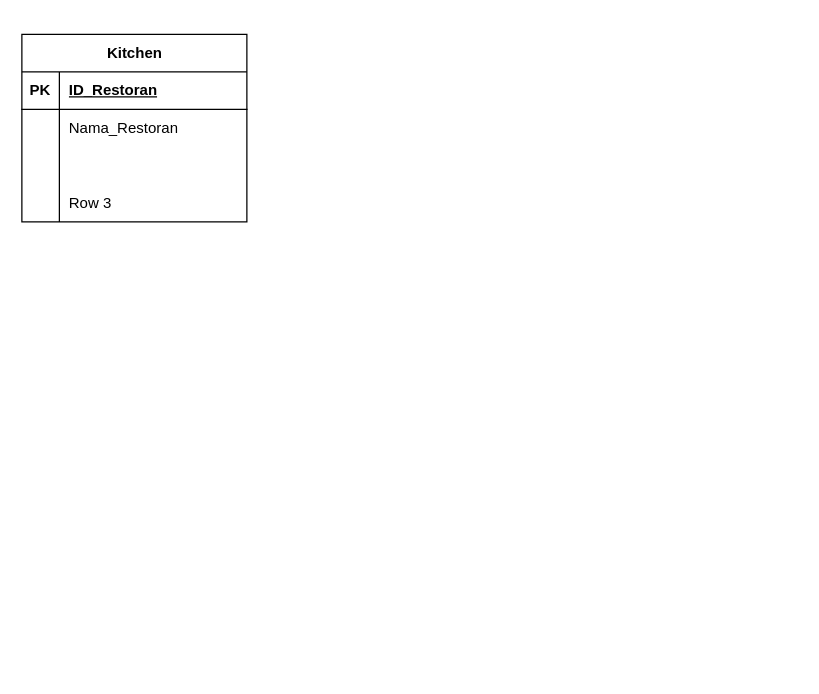
Before: sistem-kitchen-set-interior.drawio in King-Ag-Jv/Project-Atrem, a draw.io diagram. Source tidied: cells renumbered, new cells numbered last; positions are measured from the earlier drawing's top-left corner, leaving out a move shared by most shapes. Both pictures are drawn from the tidied source at 125%, with x=0, y=0 at pixel (21, 34).
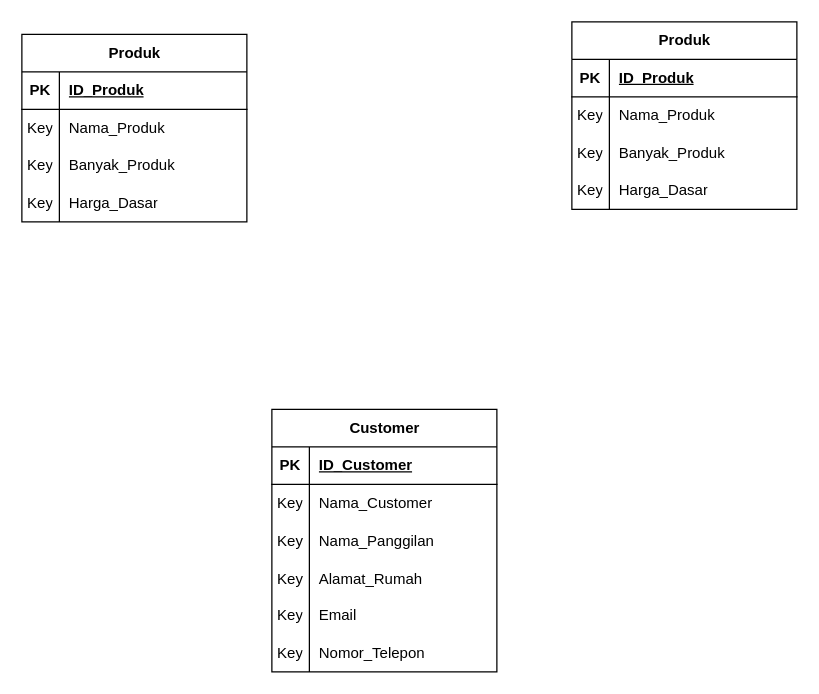
After the change.

The change refers to these unchanged cells:
```xml
<mxCell id="3" style="shape=tableRow;horizontal=0;startSize=0;swimlaneHead=0;swimlaneBody=0;fillColor=none;top=0;left=0;right=0;bottom=1;" parent="2" vertex="1">
  <mxGeometry y="30" width="180" height="30" as="geometry" />
</mxCell>
<mxCell id="6" style="shape=tableRow;horizontal=0;startSize=0;swimlaneHead=0;swimlaneBody=0;fillColor=none;top=0;left=0;right=0;bottom=0;" parent="2" vertex="1">
  <mxGeometry y="60" width="180" height="30" as="geometry" />
</mxCell>
<mxCell id="9" style="shape=tableRow;horizontal=0;startSize=0;swimlaneHead=0;swimlaneBody=0;fillColor=none;top=0;left=0;right=0;bottom=0;" parent="2" vertex="1">
  <mxGeometry y="90" width="180" height="30" as="geometry" />
</mxCell>
<mxCell id="12" style="shape=tableRow;horizontal=0;startSize=0;swimlaneHead=0;swimlaneBody=0;fillColor=none;top=0;left=0;right=0;bottom=0;" parent="2" vertex="1">
  <mxGeometry y="120" width="180" height="30" as="geometry" />
</mxCell>
```

The edit, as a diff of the source:
```diff
@@
-    <mxCell id="2" value="Kitchen" style="shape=table;startSize=30;childLayout=tableLayout;rowLines=0;fontStyle=1;align=center;html=1;" parent="1" vertex="1">
+    <mxCell id="2" value="Produk" style="shape=table;startSize=30;childLayout=tableLayout;rowLines=0;fontStyle=1;align=center;html=1;" parent="1" vertex="1">
       <mxGeometry width="180" height="150" as="geometry" />
     </mxCell>
@@
-    <mxCell id="5" value="ID_Restoran" style="shape=partialRectangle;fillColor=none;top=0;left=0;bottom=0;right=0;align=left;spacingLeft=6;fontStyle=5;overflow=hidden;whiteSpace=wrap;html=1;" parent="3" vertex="1">
+    <mxCell id="5" value="ID_Produk" style="shape=partialRectangle;fillColor=none;top=0;left=0;bottom=0;right=0;align=left;spacingLeft=6;fontStyle=5;overflow=hidden;whiteSpace=wrap;html=1;" parent="3" vertex="1">
       <mxGeometry x="30" width="150" height="30" as="geometry" />
     </mxCell>
@@
-    <mxCell id="7" style="shape=partialRectangle;fillColor=none;top=0;left=0;bottom=0;right=0;overflow=hidden;whiteSpace=wrap;html=1;" parent="6" vertex="1">
+    <mxCell id="7" value="Key" style="shape=partialRectangle;fillColor=none;top=0;left=0;bottom=0;right=0;overflow=hidden;whiteSpace=wrap;html=1;" parent="6" vertex="1">
       <mxGeometry width="30" height="30" as="geometry" />
     </mxCell>
-    <mxCell id="8" value="Nama_Restoran" style="shape=partialRectangle;fillColor=none;top=0;left=0;bottom=0;right=0;align=left;spacingLeft=6;overflow=hidden;whiteSpace=wrap;html=1;" parent="6" vertex="1">
+    <mxCell id="8" value="Nama_Produk" style="shape=partialRectangle;fillColor=none;top=0;left=0;bottom=0;right=0;align=left;spacingLeft=6;overflow=hidden;whiteSpace=wrap;html=1;" parent="6" vertex="1">
       <mxGeometry x="30" width="150" height="30" as="geometry" />
     </mxCell>
@@
-    <mxCell id="10" style="shape=partialRectangle;fillColor=none;top=0;left=0;bottom=0;right=0;overflow=hidden;whiteSpace=wrap;html=1;" parent="9" vertex="1">
+    <mxCell id="10" value="Key" style="shape=partialRectangle;fillColor=none;top=0;left=0;bottom=0;right=0;overflow=hidden;whiteSpace=wrap;html=1;" parent="9" vertex="1">
       <mxGeometry width="30" height="30" as="geometry" />
     </mxCell>
-    <mxCell id="11" style="shape=partialRectangle;fillColor=none;top=0;left=0;bottom=0;right=0;align=left;spacingLeft=6;overflow=hidden;whiteSpace=wrap;html=1;" parent="9" vertex="1">
+    <mxCell id="11" value="Banyak_Produk" style="shape=partialRectangle;fillColor=none;top=0;left=0;bottom=0;right=0;align=left;spacingLeft=6;overflow=hidden;whiteSpace=wrap;html=1;" parent="9" vertex="1">
       <mxGeometry x="30" width="150" height="30" as="geometry" />
     </mxCell>
@@
-    <mxCell id="13" style="shape=partialRectangle;fillColor=none;top=0;left=0;bottom=0;right=0;overflow=hidden;whiteSpace=wrap;html=1;" parent="12" vertex="1">
+    <mxCell id="13" value="Key" style="shape=partialRectangle;fillColor=none;top=0;left=0;bottom=0;right=0;overflow=hidden;whiteSpace=wrap;html=1;" parent="12" vertex="1">
       <mxGeometry width="30" height="30" as="geometry" />
     </mxCell>
-    <mxCell id="14" value="Row 3" style="shape=partialRectangle;fillColor=none;top=0;left=0;bottom=0;right=0;align=left;spacingLeft=6;overflow=hidden;whiteSpace=wrap;html=1;" parent="12" vertex="1">
+    <mxCell id="14" value="Harga_Dasar" style="shape=partialRectangle;fillColor=none;top=0;left=0;bottom=0;right=0;align=left;spacingLeft=6;overflow=hidden;whiteSpace=wrap;html=1;" parent="12" vertex="1">
       <mxGeometry x="30" width="150" height="30" as="geometry" />
     </mxCell>
+    <mxCell id="15" value="Customer" style="shape=table;startSize=30;childLayout=tableLayout;rowLines=0;fontStyle=1;align=center;html=1;" parent="1" vertex="1">
+      <mxGeometry x="200" y="300" width="180" height="210" as="geometry" />
+    </mxCell>
+    <mxCell id="16" style="shape=tableRow;horizontal=0;startSize=0;swimlaneHead=0;swimlaneBody=0;fillColor=none;top=0;left=0;right=0;bottom=1;" parent="15" vertex="1">
+      <mxGeometry y="30" width="180" height="30" as="geometry" />
+    </mxCell>
+    <mxCell id="17" value="PK" style="shape=partialRectangle;fillColor=none;top=0;left=0;bottom=0;right=0;fontStyle=1;overflow=hidden;whiteSpace=wrap;html=1;" parent="16" vertex="1">
+      <mxGeometry width="30" height="30" as="geometry" />
+    </mxCell>
+    <mxCell id="18" value="ID_Customer" style="shape=partialRectangle;fillColor=none;top=0;left=0;bottom=0;right=0;align=left;spacingLeft=6;fontStyle=5;overflow=hidden;whiteSpace=wrap;html=1;" parent="16" vertex="1">
+      <mxGeometry x="30" width="150" height="30" as="geometry" />
+    </mxCell>
+    <mxCell id="19" style="shape=tableRow;horizontal=0;startSize=0;swimlaneHead=0;swimlaneBody=0;fillColor=none;top=0;left=0;right=0;bottom=0;" parent="15" vertex="1">
+      <mxGeometry y="60" width="180" height="30" as="geometry" />
+    </mxCell>
+    <mxCell id="20" value="Key" style="shape=partialRectangle;fillColor=none;top=0;left=0;bottom=0;right=0;overflow=hidden;whiteSpace=wrap;html=1;" parent="19" vertex="1">
+      <mxGeometry width="30" height="30" as="geometry" />
+    </mxCell>
+    <mxCell id="21" value="Nama_Customer" style="shape=partialRectangle;fillColor=none;top=0;left=0;bottom=0;right=0;align=left;spacingLeft=6;overflow=hidden;whiteSpace=wrap;html=1;" parent="19" vertex="1">
+      <mxGeometry x="30" width="150" height="30" as="geometry" />
+    </mxCell>
+    <mxCell id="22" style="shape=tableRow;horizontal=0;startSize=0;swimlaneHead=0;swimlaneBody=0;fillColor=none;top=0;left=0;right=0;bottom=0;" parent="15" vertex="1">
+      <mxGeometry y="90" width="180" height="30" as="geometry" />
+    </mxCell>
+    <mxCell id="23" value="Key" style="shape=partialRectangle;fillColor=none;top=0;left=0;bottom=0;right=0;overflow=hidden;" parent="22" vertex="1">
+      <mxGeometry width="30" height="30" as="geometry" />
+    </mxCell>
+    <mxCell id="24" value="Nama_Panggilan" style="shape=partialRectangle;fillColor=none;top=0;left=0;bottom=0;right=0;align=left;spacingLeft=6;overflow=hidden;" parent="22" vertex="1">
+      <mxGeometry x="30" width="150" height="30" as="geometry" />
+    </mxCell>
+    <mxCell id="25" style="shape=tableRow;horizontal=0;startSize=0;swimlaneHead=0;swimlaneBody=0;fillColor=none;top=0;left=0;right=0;bottom=0;" parent="15" vertex="1">
+      <mxGeometry y="120" width="180" height="30" as="geometry" />
+    </mxCell>
+    <mxCell id="26" value="Key" style="shape=partialRectangle;fillColor=none;top=0;left=0;bottom=0;right=0;overflow=hidden;" parent="25" vertex="1">
+      <mxGeometry width="30" height="30" as="geometry" />
+    </mxCell>
+    <mxCell id="27" value="Alamat_Rumah" style="shape=partialRectangle;fillColor=none;top=0;left=0;bottom=0;right=0;align=left;spacingLeft=6;overflow=hidden;" parent="25" vertex="1">
+      <mxGeometry x="30" width="150" height="30" as="geometry" />
+    </mxCell>
+    <mxCell id="28" style="shape=tableRow;horizontal=0;startSize=0;swimlaneHead=0;swimlaneBody=0;fillColor=none;top=0;left=0;right=0;bottom=0;" parent="15" vertex="1">
+      <mxGeometry y="150" width="180" height="30" as="geometry" />
+    </mxCell>
+    <mxCell id="29" value="Key" style="shape=partialRectangle;fillColor=none;top=0;left=0;bottom=0;right=0;overflow=hidden;whiteSpace=wrap;html=1;" parent="28" vertex="1">
+      <mxGeometry width="30" height="30" as="geometry" />
+    </mxCell>
+    <mxCell id="30" value="Email" style="shape=partialRectangle;fillColor=none;top=0;left=0;bottom=0;right=0;align=left;spacingLeft=6;overflow=hidden;whiteSpace=wrap;html=1;" parent="28" vertex="1">
+      <mxGeometry x="30" width="150" height="30" as="geometry" />
+    </mxCell>
+    <mxCell id="31" style="shape=tableRow;horizontal=0;startSize=0;swimlaneHead=0;swimlaneBody=0;fillColor=none;top=0;left=0;right=0;bottom=0;" parent="15" vertex="1">
+      <mxGeometry y="180" width="180" height="30" as="geometry" />
+    </mxCell>
+    <mxCell id="32" value="Key" style="shape=partialRectangle;fillColor=none;top=0;left=0;bottom=0;right=0;overflow=hidden;whiteSpace=wrap;html=1;" parent="31" vertex="1">
+      <mxGeometry width="30" height="30" as="geometry" />
+    </mxCell>
+    <mxCell id="33" value="Nomor_Telepon" style="shape=partialRectangle;fillColor=none;top=0;left=0;bottom=0;right=0;align=left;spacingLeft=6;overflow=hidden;whiteSpace=wrap;html=1;" parent="31" vertex="1">
+      <mxGeometry x="30" width="150" height="30" as="geometry" />
+    </mxCell>
+    <mxCell id="34" value="Produk" style="shape=table;startSize=30;childLayout=tableLayout;rowLines=0;fontStyle=1;align=center;html=1;" parent="1" vertex="1">
+      <mxGeometry x="440" y="-10" width="180" height="150" as="geometry" />
+    </mxCell>
+    <mxCell id="35" style="shape=tableRow;horizontal=0;startSize=0;swimlaneHead=0;swimlaneBody=0;fillColor=none;top=0;left=0;right=0;bottom=1;" parent="34" vertex="1">
+      <mxGeometry y="30" width="180" height="30" as="geometry" />
+    </mxCell>
+    <mxCell id="36" value="PK" style="shape=partialRectangle;fillColor=none;top=0;left=0;bottom=0;right=0;fontStyle=1;overflow=hidden;whiteSpace=wrap;html=1;" parent="35" vertex="1">
+      <mxGeometry width="30" height="30" as="geometry" />
+    </mxCell>
+    <mxCell id="37" value="ID_Produk" style="shape=partialRectangle;fillColor=none;top=0;left=0;bottom=0;right=0;align=left;spacingLeft=6;fontStyle=5;overflow=hidden;whiteSpace=wrap;html=1;" parent="35" vertex="1">
+      <mxGeometry x="30" width="150" height="30" as="geometry" />
+    </mxCell>
+    <mxCell id="38" style="shape=tableRow;horizontal=0;startSize=0;swimlaneHead=0;swimlaneBody=0;fillColor=none;top=0;left=0;right=0;bottom=0;" parent="34" vertex="1">
+      <mxGeometry y="60" width="180" height="30" as="geometry" />
+    </mxCell>
+    <mxCell id="39" value="Key" style="shape=partialRectangle;fillColor=none;top=0;left=0;bottom=0;right=0;overflow=hidden;whiteSpace=wrap;html=1;" parent="38" vertex="1">
+      <mxGeometry width="30" height="30" as="geometry" />
+    </mxCell>
+    <mxCell id="40" value="Nama_Produk" style="shape=partialRectangle;fillColor=none;top=0;left=0;bottom=0;right=0;align=left;spacingLeft=6;overflow=hidden;whiteSpace=wrap;html=1;" parent="38" vertex="1">
+      <mxGeometry x="30" width="150" height="30" as="geometry" />
+    </mxCell>
+    <mxCell id="41" style="shape=tableRow;horizontal=0;startSize=0;swimlaneHead=0;swimlaneBody=0;fillColor=none;top=0;left=0;right=0;bottom=0;" parent="34" vertex="1">
+      <mxGeometry y="90" width="180" height="30" as="geometry" />
+    </mxCell>
+    <mxCell id="42" value="Key" style="shape=partialRectangle;fillColor=none;top=0;left=0;bottom=0;right=0;overflow=hidden;whiteSpace=wrap;html=1;" parent="41" vertex="1">
+      <mxGeometry width="30" height="30" as="geometry" />
+    </mxCell>
+    <mxCell id="43" value="Banyak_Produk" style="shape=partialRectangle;fillColor=none;top=0;left=0;bottom=0;right=0;align=left;spacingLeft=6;overflow=hidden;whiteSpace=wrap;html=1;" parent="41" vertex="1">
+      <mxGeometry x="30" width="150" height="30" as="geometry" />
+    </mxCell>
+    <mxCell id="44" style="shape=tableRow;horizontal=0;startSize=0;swimlaneHead=0;swimlaneBody=0;fillColor=none;top=0;left=0;right=0;bottom=0;" parent="34" vertex="1">
+      <mxGeometry y="120" width="180" height="30" as="geometry" />
+    </mxCell>
+    <mxCell id="45" value="Key" style="shape=partialRectangle;fillColor=none;top=0;left=0;bottom=0;right=0;overflow=hidden;whiteSpace=wrap;html=1;" parent="44" vertex="1">
+      <mxGeometry width="30" height="30" as="geometry" />
+    </mxCell>
+    <mxCell id="46" value="Harga_Dasar" style="shape=partialRectangle;fillColor=none;top=0;left=0;bottom=0;right=0;align=left;spacingLeft=6;overflow=hidden;whiteSpace=wrap;html=1;" parent="44" vertex="1">
+      <mxGeometry x="30" width="150" height="30" as="geometry" />
+    </mxCell>
```
